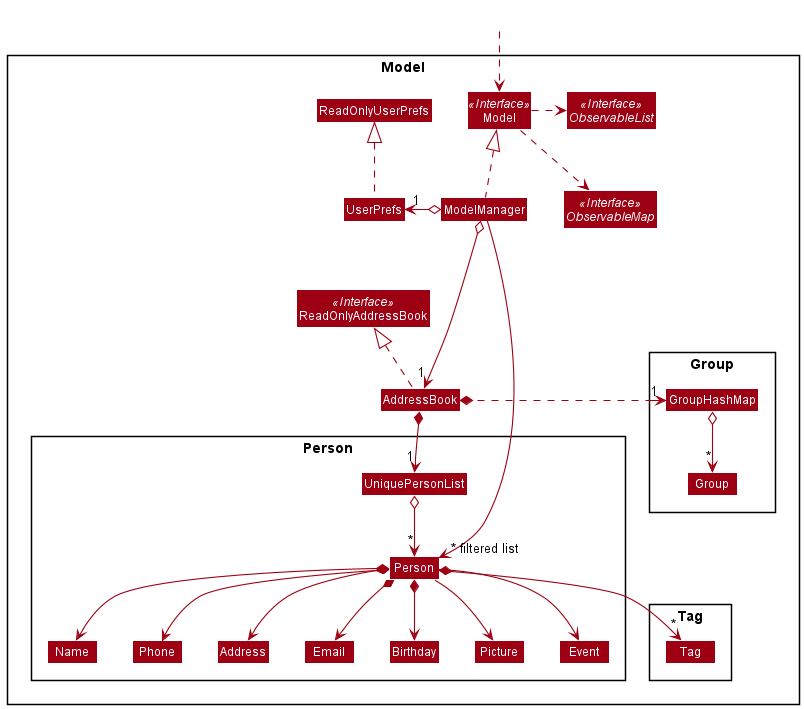
Above: docs/images/ModelClassDiagram.png in nus-cs2103-AY2021S2/tp (PlantUML), before the change.
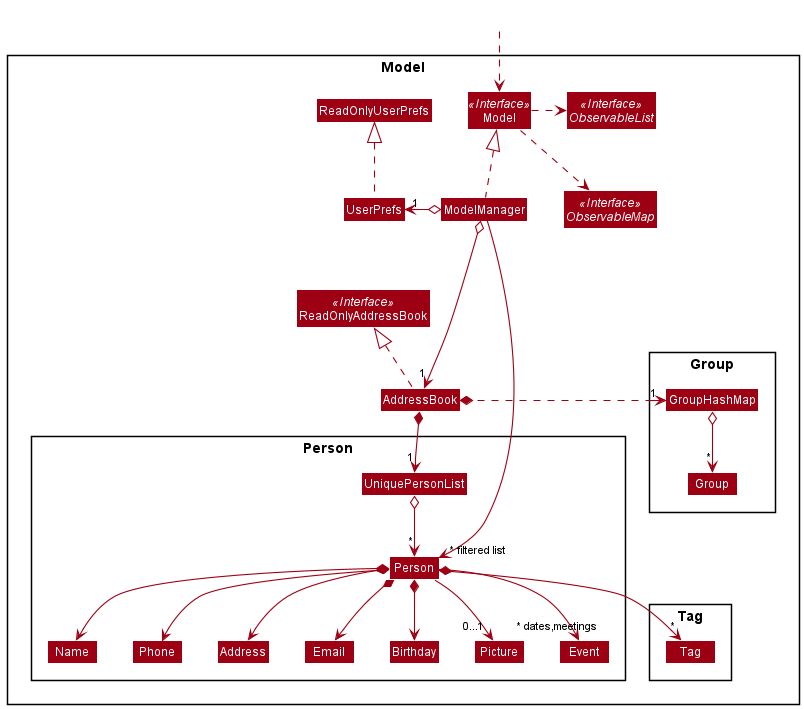
Above is the later version.

Commit message:
Modified ModelClassDiagram and Fix UG Bug for Group Command

Diff of the diagram source:
```diff
@@ -3,6 +3,7 @@
 skinparam arrowThickness 1.1
 skinparam arrowColor MODEL_COLOR
 skinparam classBackgroundColor MODEL_COLOR
+skinparam ArrowFontSize 11
 
 Package Model <<Rectangle>>{
 Interface ReadOnlyAddressBook <<Interface>>
@@ -62,8 +63,8 @@
 Person *--> Email
 Person *--> Address
 Person *--> Birthday
-Person --> Event
-Person --> Picture
+Person --> "~* dates,meetings" Event
+Person --> "0...1" Picture
 Person *--> "*" Tag
 
 Name -[hidden]right-> Phone
```
